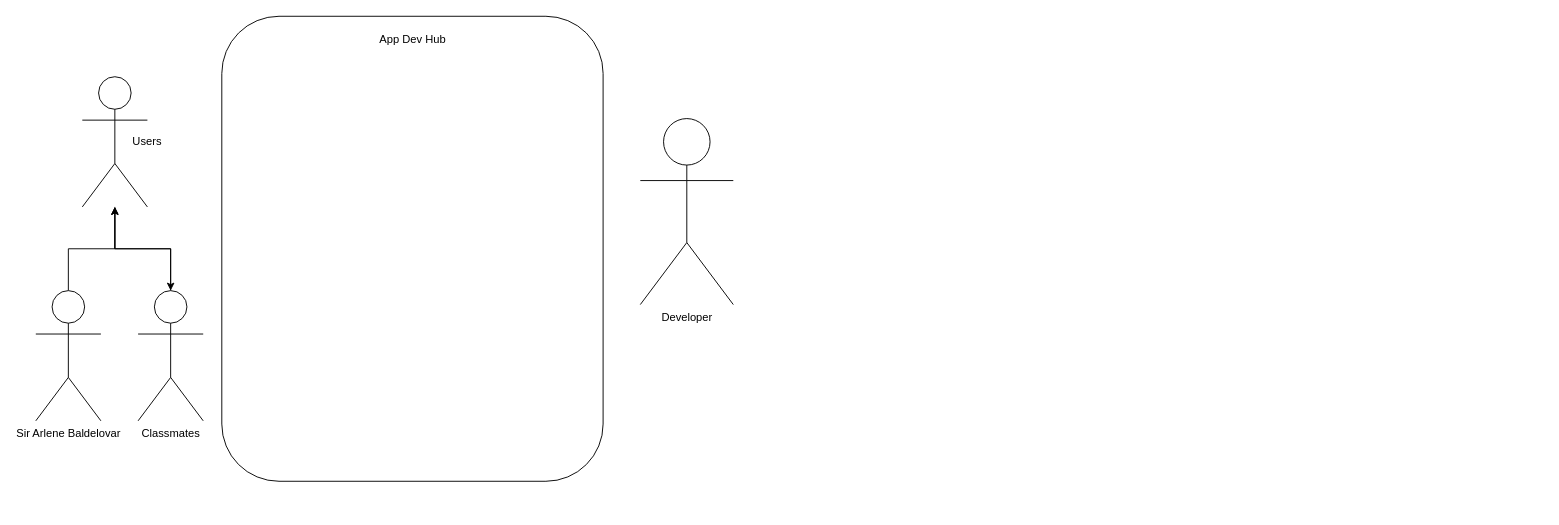
Before: AppDev.drawio in SammDumpingStation/Activities-With-Draw.io, a draw.io diagram. Source tidied: cells renumbered, new cells numbered last; positions are measured from the earlier drawing's top-left corner, leaving out a move shared by most shapes. Both pictures are drawn from the tidied source at 93%, with x=0, y=0 at pixel (35, 16).
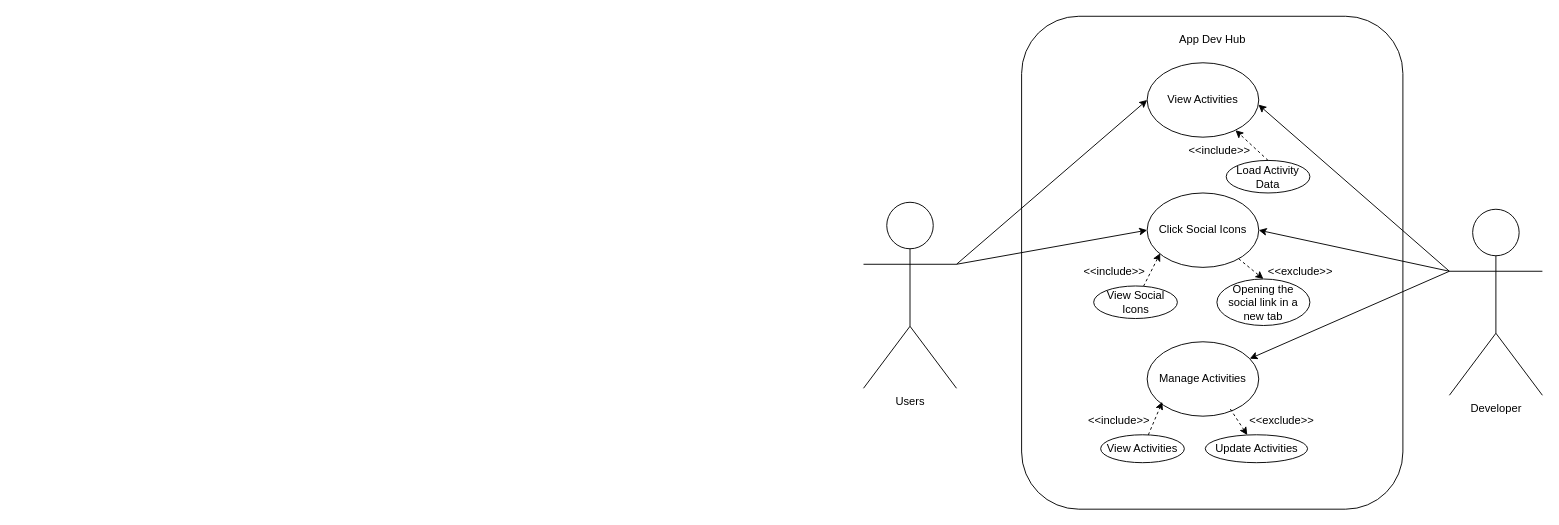
Above is the later version.

Change to the diagram source:
```diff
@@
-    <mxCell id="2" style="rounded=1;whiteSpace=wrap;html=1;" parent="1" vertex="1">
-      <mxGeometry x="200" width="410" height="500" as="geometry" />
-    </mxCell>
+    <mxCell id="12" style="rounded=1;whiteSpace=wrap;html=1;" parent="1" vertex="1">
+      <mxGeometry x="1060" width="410" height="530" as="geometry" />
+    </mxCell>
     <mxCell id="3" value="App Dev Hub" style="text;html=1;align=center;verticalAlign=middle;whiteSpace=wrap;rounded=0;" parent="1" vertex="1">
-      <mxGeometry x="367.5" y="10" width="75" height="30" as="geometry" />
+      <mxGeometry x="1227.5" y="10" width="75" height="30" as="geometry" />
     </mxCell>
-    <mxCell id="4" style="edgeStyle=orthogonalEdgeStyle;rounded=0;jettySize=auto;html=1;" parent="1" edge="1" source="5" target="8">
-      <mxGeometry relative="1" as="geometry" />
-    </mxCell>
-    <mxCell id="5" value="Sir Arlene Baldelovar" style="shape=umlActor;verticalLabelPosition=bottom;verticalAlign=top;html=1;outlineConnect=0;" parent="1" vertex="1">
-      <mxGeometry y="295" width="70" height="140" as="geometry" />
-    </mxCell>
+    <mxCell id="13" style="rounded=0;jettySize=auto;html=1;exitX=0;exitY=0.3333333333333333;exitDx=0;exitDy=0;exitPerimeter=0;" parent="1" edge="1" source="6" target="18">
+      <mxGeometry relative="1" as="geometry" />
+    </mxCell>
+    <mxCell id="14" style="rounded=0;jettySize=auto;html=1;entryX=1;entryY=0.5;entryDx=0;entryDy=0;exitX=0;exitY=0.3333333333333333;exitDx=0;exitDy=0;exitPerimeter=0;" parent="1" edge="1" source="6" target="20">
+      <mxGeometry relative="1" as="geometry" />
+    </mxCell>
     <mxCell id="6" value="Developer" style="shape=umlActor;verticalLabelPosition=bottom;verticalAlign=top;html=1;outlineConnect=0;" parent="1" vertex="1">
-      <mxGeometry x="650" y="110" width="100" height="200" as="geometry" />
+      <mxGeometry x="1520" y="207.5" width="100" height="200" as="geometry" />
     </mxCell>
-    <mxCell id="7" style="edgeStyle=orthogonalEdgeStyle;rounded=0;jettySize=auto;html=1;" parent="1" edge="1" source="8" target="10">
-      <mxGeometry relative="1" as="geometry" />
-    </mxCell>
-    <mxCell id="8" style="shape=umlActor;verticalLabelPosition=bottom;verticalAlign=top;html=1;outlineConnect=0;" parent="1" vertex="1">
-      <mxGeometry x="50" y="65" width="70" height="140" as="geometry" />
-    </mxCell>
-    <mxCell id="9" style="edgeStyle=orthogonalEdgeStyle;rounded=0;jettySize=auto;html=1;" parent="1" edge="1" source="10" target="8">
-      <mxGeometry relative="1" as="geometry" />
-    </mxCell>
-    <mxCell id="10" value="Classmates" style="shape=umlActor;verticalLabelPosition=bottom;verticalAlign=top;html=1;outlineConnect=0;" parent="1" vertex="1">
-      <mxGeometry x="110" y="295" width="70" height="140" as="geometry" />
-    </mxCell>
+    <mxCell id="15" style="rounded=0;jettySize=auto;html=1;exitX=1;exitY=0.3333333333333333;exitDx=0;exitDy=0;exitPerimeter=0;entryX=0;entryY=0.5;entryDx=0;entryDy=0;" parent="1" edge="1" source="11" target="17">
+      <mxGeometry relative="1" as="geometry" />
+    </mxCell>
+    <mxCell id="16" style="rounded=0;jettySize=auto;html=1;entryX=0;entryY=0.5;entryDx=0;entryDy=0;exitX=1;exitY=0.3333333333333333;exitDx=0;exitDy=0;exitPerimeter=0;" parent="1" edge="1" source="11" target="20">
+      <mxGeometry relative="1" as="geometry" />
+    </mxCell>
+    <mxCell id="17" value="View Activities" style="ellipse;whiteSpace=wrap;html=1;" parent="1" vertex="1">
+      <mxGeometry x="1195" y="50" width="120" height="80" as="geometry" />
+    </mxCell>
+    <mxCell id="18" value="Manage Activities" style="ellipse;whiteSpace=wrap;html=1;" parent="1" vertex="1">
+      <mxGeometry x="1195" y="350" width="120" height="80" as="geometry" />
+    </mxCell>
+    <mxCell id="19" style="rounded=0;jettySize=auto;html=1;entryX=0.5;entryY=0;entryDx=0;entryDy=0;dashed=1;" parent="1" edge="1" source="20" target="29">
+      <mxGeometry relative="1" as="geometry" />
+    </mxCell>
+    <mxCell id="20" value="Click Social Icons" style="ellipse;whiteSpace=wrap;html=1;" parent="1" vertex="1">
+      <mxGeometry x="1195" y="190" width="120" height="80" as="geometry" />
+    </mxCell>
+    <mxCell id="21" style="rounded=0;jettySize=auto;html=1;exitX=0;exitY=0.3333333333333333;exitDx=0;exitDy=0;exitPerimeter=0;entryX=0.997;entryY=0.563;entryDx=0;entryDy=0;entryPerimeter=0;" parent="1" edge="1" source="6" target="17">
+      <mxGeometry relative="1" as="geometry" />
+    </mxCell>
+    <mxCell id="22" value="View Activities" style="ellipse;whiteSpace=wrap;html=1;" parent="1" vertex="1">
+      <mxGeometry x="1145" y="450" width="90" height="30" as="geometry" />
+    </mxCell>
+    <mxCell id="23" style="rounded=0;jettySize=auto;html=1;entryX=0.136;entryY=0.807;entryDx=0;entryDy=0;entryPerimeter=0;dashed=1;" parent="1" edge="1" source="22" target="18">
+      <mxGeometry relative="1" as="geometry" />
+    </mxCell>
+    <mxCell id="24" value="&amp;lt;&amp;lt;include&amp;gt;&amp;gt;" style="text;html=1;align=center;verticalAlign=middle;whiteSpace=wrap;rounded=0;" parent="1" vertex="1">
+      <mxGeometry x="1135" y="420" width="60" height="30" as="geometry" />
+    </mxCell>
+    <mxCell id="25" value="Update Activities" style="ellipse;whiteSpace=wrap;html=1;" parent="1" vertex="1">
+      <mxGeometry x="1257.5" y="450" width="110" height="30" as="geometry" />
+    </mxCell>
+    <mxCell id="26" value="&amp;lt;&amp;lt;exclude&amp;gt;&amp;gt;" style="text;html=1;align=center;verticalAlign=middle;whiteSpace=wrap;rounded=0;" parent="1" vertex="1">
+      <mxGeometry x="1310" y="420" width="60" height="30" as="geometry" />
+    </mxCell>
+    <mxCell id="27" style="rounded=0;jettySize=auto;html=1;entryX=0.745;entryY=0.904;entryDx=0;entryDy=0;entryPerimeter=0;dashed=1;startArrow=classic;startFill=1;endArrow=none;" parent="1" edge="1" source="25" target="18">
+      <mxGeometry relative="1" as="geometry" />
+    </mxCell>
+    <mxCell id="28" value="View Social Icons" style="ellipse;whiteSpace=wrap;html=1;" parent="1" vertex="1">
+      <mxGeometry x="1137.5" y="290" width="90" height="35" as="geometry" />
+    </mxCell>
+    <mxCell id="29" value="Opening the social link in a new tab" style="ellipse;whiteSpace=wrap;html=1;" parent="1" vertex="1">
+      <mxGeometry x="1270" y="282.5" width="100" height="50" as="geometry" />
+    </mxCell>
+    <mxCell id="30" style="rounded=0;jettySize=auto;html=1;entryX=0.117;entryY=0.81;entryDx=0;entryDy=0;entryPerimeter=0;dashed=1;" parent="1" edge="1" source="28" target="20">
+      <mxGeometry relative="1" as="geometry" />
+    </mxCell>
+    <mxCell id="31" value="&amp;lt;&amp;lt;include&amp;gt;&amp;gt;" style="text;html=1;align=center;verticalAlign=middle;whiteSpace=wrap;rounded=0;" parent="1" vertex="1">
+      <mxGeometry x="1130" y="260" width="60" height="30" as="geometry" />
+    </mxCell>
+    <mxCell id="32" value="&amp;lt;&amp;lt;exclude&amp;gt;&amp;gt;" style="text;html=1;align=center;verticalAlign=middle;whiteSpace=wrap;rounded=0;" parent="1" vertex="1">
+      <mxGeometry x="1330" y="260" width="60" height="30" as="geometry" />
+    </mxCell>
+    <mxCell id="33" value="Load Activity Data" style="ellipse;whiteSpace=wrap;html=1;" parent="1" vertex="1">
+      <mxGeometry x="1280" y="155" width="90" height="35" as="geometry" />
+    </mxCell>
+    <mxCell id="34" style="rounded=0;jettySize=auto;html=1;dashed=1;exitX=0.5;exitY=0;exitDx=0;exitDy=0;" parent="1" edge="1" source="33" target="17">
+      <mxGeometry relative="1" as="geometry" />
+    </mxCell>
+    <mxCell id="35" value="&amp;lt;&amp;lt;include&amp;gt;&amp;gt;" style="text;html=1;align=center;verticalAlign=middle;whiteSpace=wrap;rounded=0;" parent="1" vertex="1">
+      <mxGeometry x="1242.5" y="130" width="60" height="30" as="geometry" />
+    </mxCell>
-    <mxCell id="11" value="Users" style="text;html=1;align=center;verticalAlign=middle;whiteSpace=wrap;rounded=0;" parent="1" vertex="1">
-      <mxGeometry x="90" y="120" width="60" height="30" as="geometry" />
+    <mxCell id="11" value="Users" style="shape=umlActor;verticalLabelPosition=bottom;verticalAlign=top;html=1;outlineConnect=0;" parent="1" vertex="1">
+      <mxGeometry x="890" y="200" width="100" height="200" as="geometry" />
     </mxCell>
```
